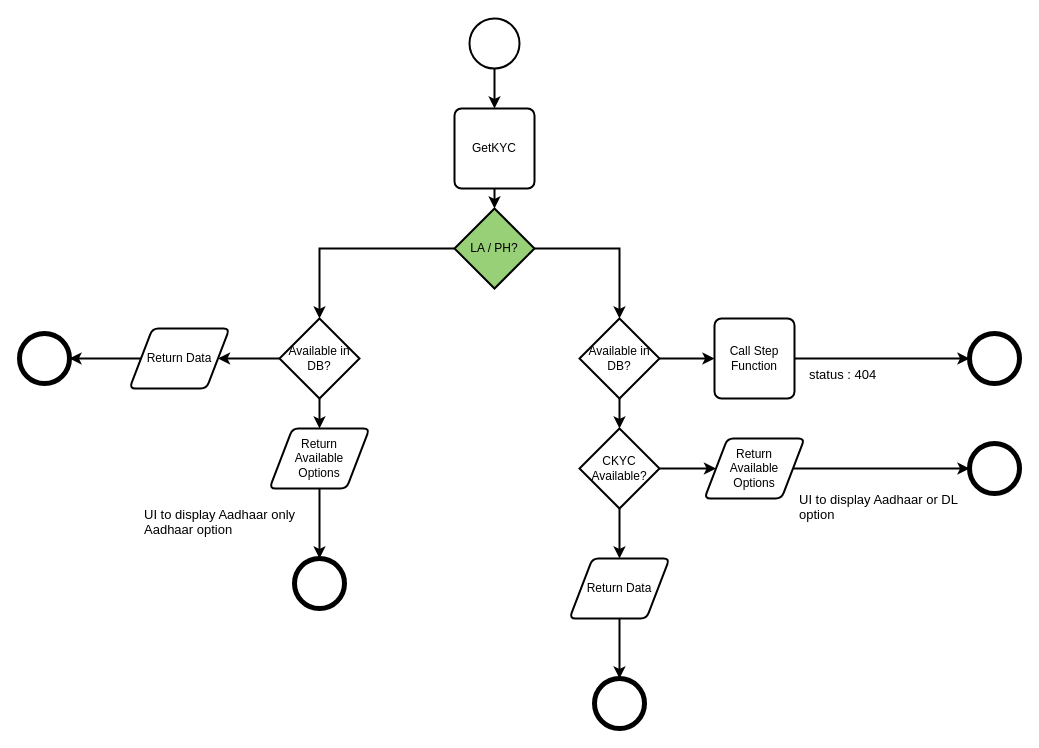
Earlier version of the draw.io diagram Untitled Diagram3.drawio (shriraj-bhagwan/utility). Source tidied: cells renumbered, new cells numbered last; positions are measured from the earlier drawing's top-left corner, leaving out a move shared by most shapes. Both pictures are drawn from the tidied source at 100%, with x=0, y=0 at pixel (19, 18).
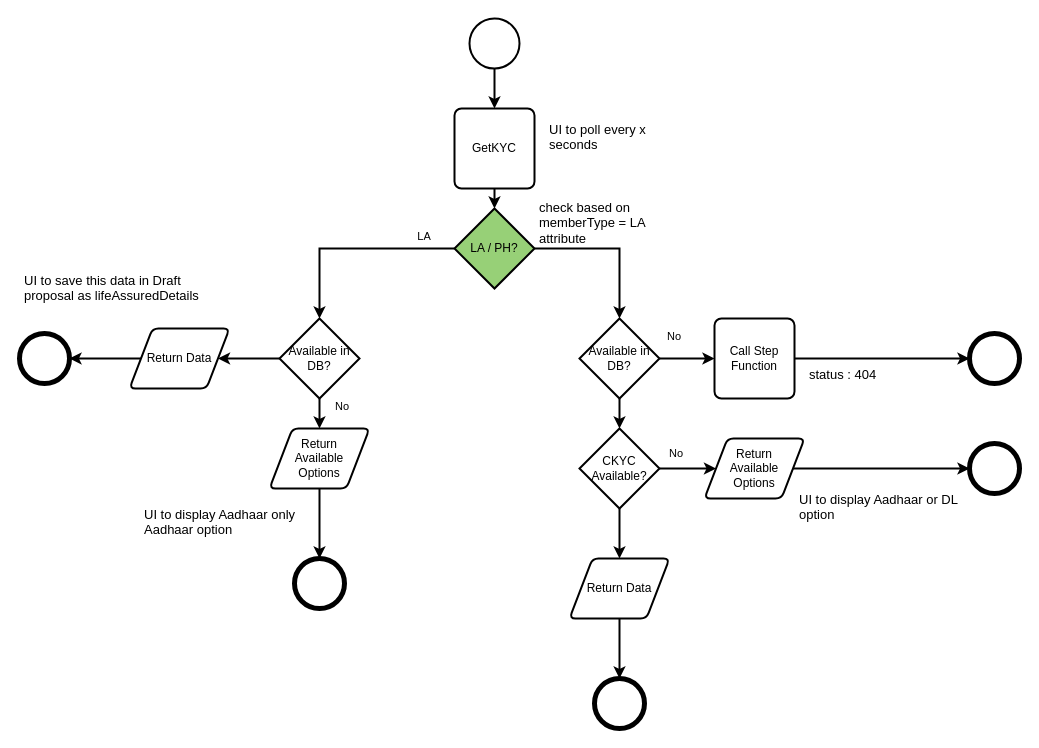
The same diagram, later.

Diff of the diagram source:
```diff
@@
+    <mxCell id="36" value="&lt;h1 style=&quot;font-size: 13px;&quot;&gt;&lt;span style=&quot;background-color: initial; font-size: 13px; font-weight: normal;&quot;&gt;UI to poll every x seconds&lt;/span&gt;&lt;br style=&quot;font-size: 13px;&quot;&gt;&lt;/h1&gt;" style="text;html=1;strokeColor=none;fillColor=none;spacing=5;spacingTop=-20;whiteSpace=wrap;overflow=hidden;rounded=0;fontSize=13;fontFamily=Helvetica;fontColor=default;" parent="1" vertex="1">
+      <mxGeometry x="525" y="105" width="125" height="50" as="geometry" />
+    </mxCell>
+    <mxCell id="37" value="&lt;h1 style=&quot;font-size: 13px;&quot;&gt;&lt;span style=&quot;background-color: initial; font-size: 13px; font-weight: normal;&quot;&gt;UI to save this data in Draft proposal as lifeAssuredDetails&lt;/span&gt;&lt;br style=&quot;font-size: 13px;&quot;&gt;&lt;/h1&gt;" style="text;html=1;strokeColor=none;fillColor=none;spacing=5;spacingTop=-20;whiteSpace=wrap;overflow=hidden;rounded=0;fontSize=13;fontFamily=Helvetica;fontColor=default;" parent="1" vertex="1">
+      <mxGeometry y="256" width="190" height="50" as="geometry" />
+    </mxCell>
+    <mxCell id="38" value="&lt;h1 style=&quot;font-size: 13px;&quot;&gt;&lt;span style=&quot;background-color: initial; font-size: 13px; font-weight: normal;&quot;&gt;check based on memberType = LA attribute&lt;/span&gt;&lt;br style=&quot;font-size: 13px;&quot;&gt;&lt;/h1&gt;" style="text;html=1;strokeColor=none;fillColor=none;spacing=5;spacingTop=-20;whiteSpace=wrap;overflow=hidden;rounded=0;fontSize=13;fontFamily=Helvetica;fontColor=default;" parent="1" vertex="1">
+      <mxGeometry x="515" y="183" width="125" height="50" as="geometry" />
+    </mxCell>
+    <mxCell id="39" value="LA" style="text;html=1;strokeColor=none;fillColor=none;align=center;verticalAlign=middle;whiteSpace=wrap;rounded=0;fontSize=11;fontFamily=Helvetica;fontColor=default;" parent="1" vertex="1">
+      <mxGeometry x="375" y="203" width="60" height="30" as="geometry" />
+    </mxCell>
+    <mxCell id="40" value="No" style="text;html=1;strokeColor=none;fillColor=none;align=center;verticalAlign=middle;whiteSpace=wrap;rounded=0;fontSize=11;fontFamily=Helvetica;fontColor=default;" parent="1" vertex="1">
+      <mxGeometry x="293" y="373" width="60" height="30" as="geometry" />
+    </mxCell>
+    <mxCell id="41" value="No" style="text;html=1;strokeColor=none;fillColor=none;align=center;verticalAlign=middle;whiteSpace=wrap;rounded=0;fontSize=11;fontFamily=Helvetica;fontColor=default;" parent="1" vertex="1">
+      <mxGeometry x="625" y="303" width="60" height="30" as="geometry" />
+    </mxCell>
+    <mxCell id="42" value="No" style="text;html=1;strokeColor=none;fillColor=none;align=center;verticalAlign=middle;whiteSpace=wrap;rounded=0;fontSize=11;fontFamily=Helvetica;fontColor=default;" parent="1" vertex="1">
+      <mxGeometry x="627" y="420" width="60" height="30" as="geometry" />
+    </mxCell>
```
